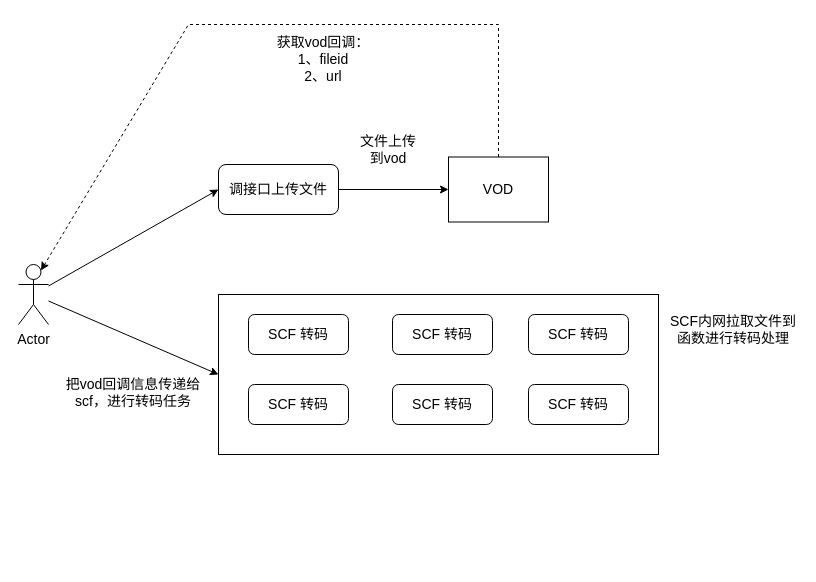
Above: Untitled Diagram.drawio in coderwangke/diagrams-etc (draw.io), before the change. Source tidied: cells renumbered, new cells numbered last; positions are measured from the earlier drawing's top-left corner, leaving out a move shared by most shapes. Both pictures are drawn from the tidied source at 100%, with x=0, y=0 at pixel (18, 24).
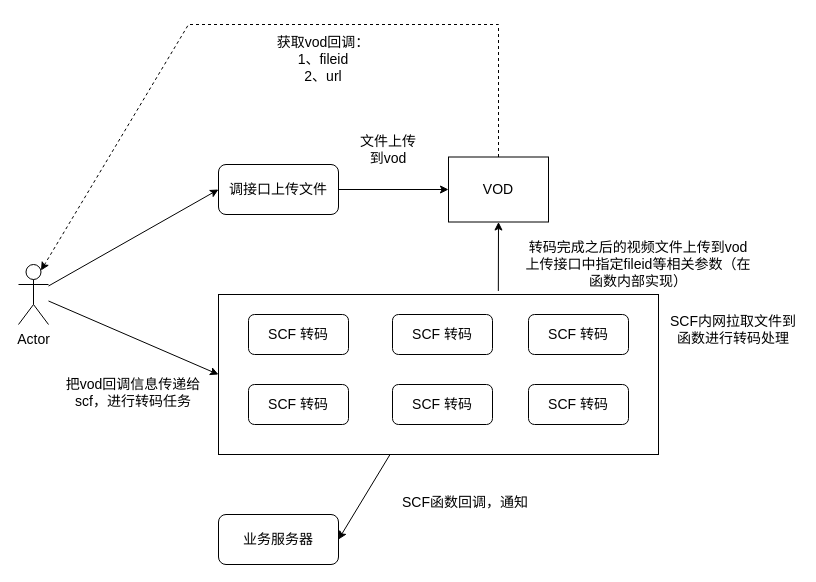
The same diagram, later.

Unchanged cells that the change refers to:
```xml
<mxCell id="5" value="VOD" style="rounded=0;whiteSpace=wrap;html=1;fontSize=14;" parent="1" vertex="1">
  <mxGeometry x="430" y="132.5" width="100" height="65" as="geometry" />
</mxCell>
<mxCell id="7" style="rounded=0;whiteSpace=wrap;html=1;fontSize=14;" parent="1" vertex="1">
  <mxGeometry x="200" y="270" width="440" height="160" as="geometry" />
</mxCell>
```

What changed in the source:
```diff
@@
+    <mxCell id="20" style="rounded=0;jettySize=auto;html=1;entryX=0.5;entryY=1;entryDx=0;entryDy=0;fontSize=14;exitX=0.636;exitY=-0.022;exitDx=0;exitDy=0;exitPerimeter=0;" parent="1" edge="1" source="7" target="5">
+      <mxGeometry relative="1" as="geometry" />
+    </mxCell>
+    <mxCell id="21" style="edgeStyle=none;rounded=0;jettySize=auto;html=1;entryX=1;entryY=0.5;entryDx=0;entryDy=0;fontSize=14;" parent="1" edge="1" source="7" target="23">
+      <mxGeometry relative="1" as="geometry" />
+    </mxCell>
@@
+    <mxCell id="22" value="转码完成之后的视频文件上传到vod&lt;br&gt;上传接口中指定fileid等相关参数（在函数内部实现）" style="text;html=1;strokeColor=none;fillColor=none;align=center;verticalAlign=middle;whiteSpace=wrap;rounded=0;fontSize=14;" parent="1" vertex="1">
+      <mxGeometry x="500" y="220" width="240" height="40" as="geometry" />
+    </mxCell>
+    <mxCell id="23" value="&lt;span style=&quot;font-size: 14px;&quot;&gt;业务服务器&lt;/span&gt;" style="rounded=1;whiteSpace=wrap;html=1;" parent="1" vertex="1">
+      <mxGeometry x="200" y="490" width="120" height="50" as="geometry" />
+    </mxCell>
+    <mxCell id="24" value="SCF函数回调，通知" style="text;html=1;strokeColor=none;fillColor=none;align=center;verticalAlign=middle;whiteSpace=wrap;rounded=0;fontSize=14;" parent="1" vertex="1">
+      <mxGeometry x="374" y="465" width="146" height="25" as="geometry" />
+    </mxCell>
```
